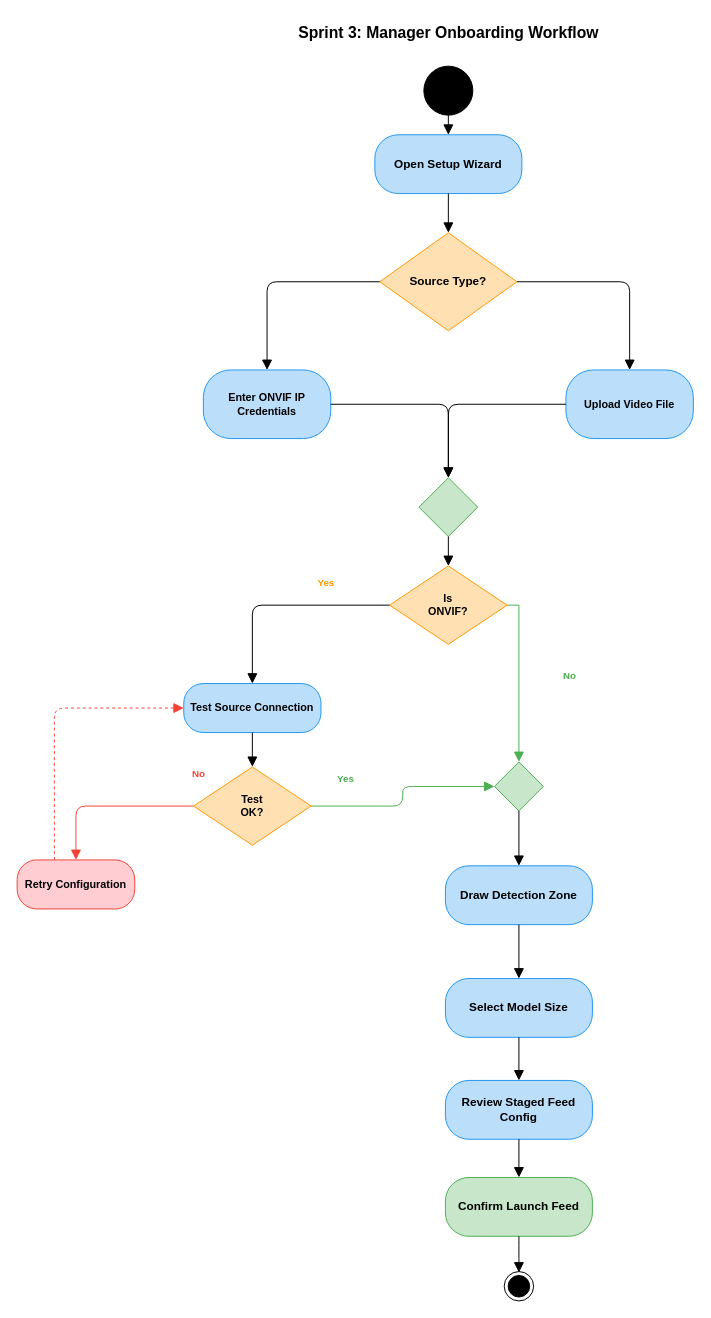
Above: report-latex/figures/drawio/chapter5_onboarding_activity.drawio in Salmen-BA21/Queue-Wait-Time-Estimation (draw.io), before the change. Source tidied: cells renumbered, new cells numbered last; positions are measured from the earlier drawing's top-left corner, leaving out a move shared by most shapes. Both pictures are drawn from the tidied source at 98%, with x=0, y=0 at pixel (17, 17).
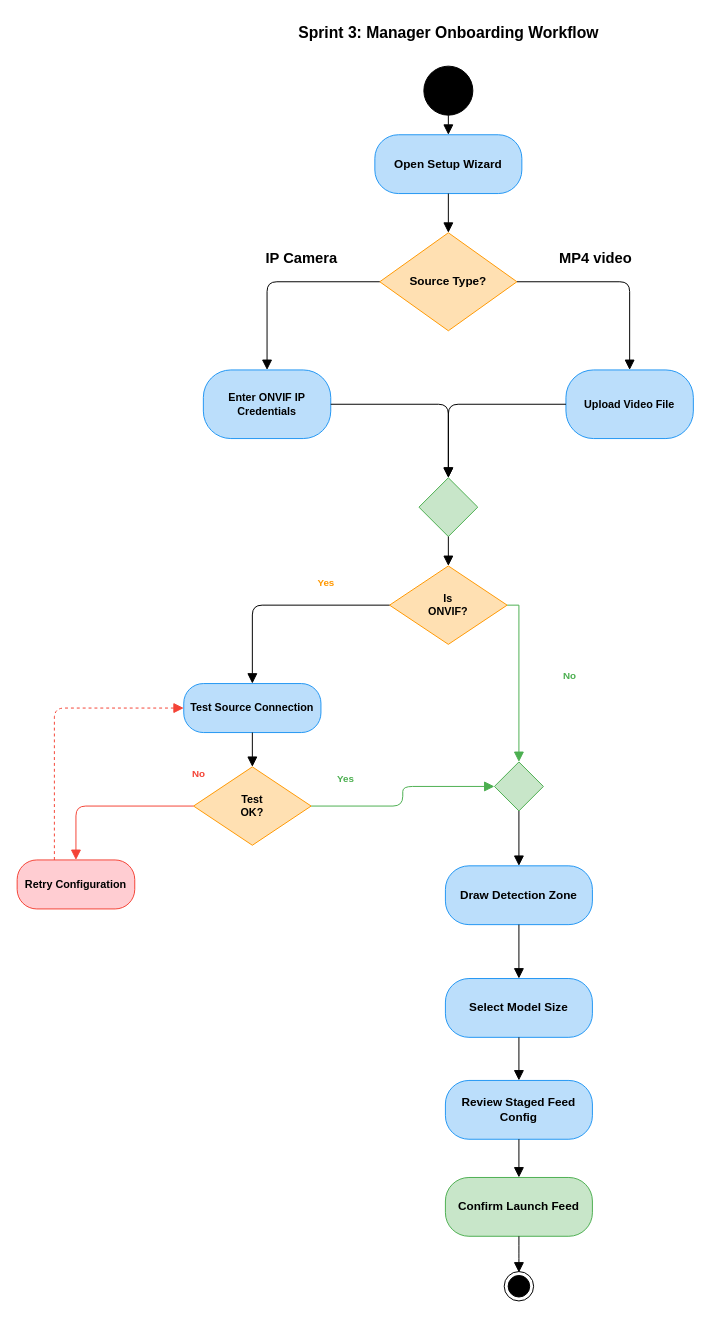
The same page after the edit.

Change to the diagram source:
```diff
@@
+    <mxCell id="41" value="MP4 video" style="text;html=1;align=center;verticalAlign=middle;strokeColor=none;fillColor=none;fontStyle=1;fontSize=15;" parent="1" vertex="1">
+      <mxGeometry x="540" y="230" width="100" height="30" as="geometry" />
+    </mxCell>
+    <mxCell id="42" value="IP Camera" style="text;html=1;align=center;verticalAlign=middle;strokeColor=none;fillColor=none;fontSize=15;fontStyle=1;" parent="1" vertex="1">
+      <mxGeometry x="240" y="230" width="100" height="30" as="geometry" />
+    </mxCell>
```
